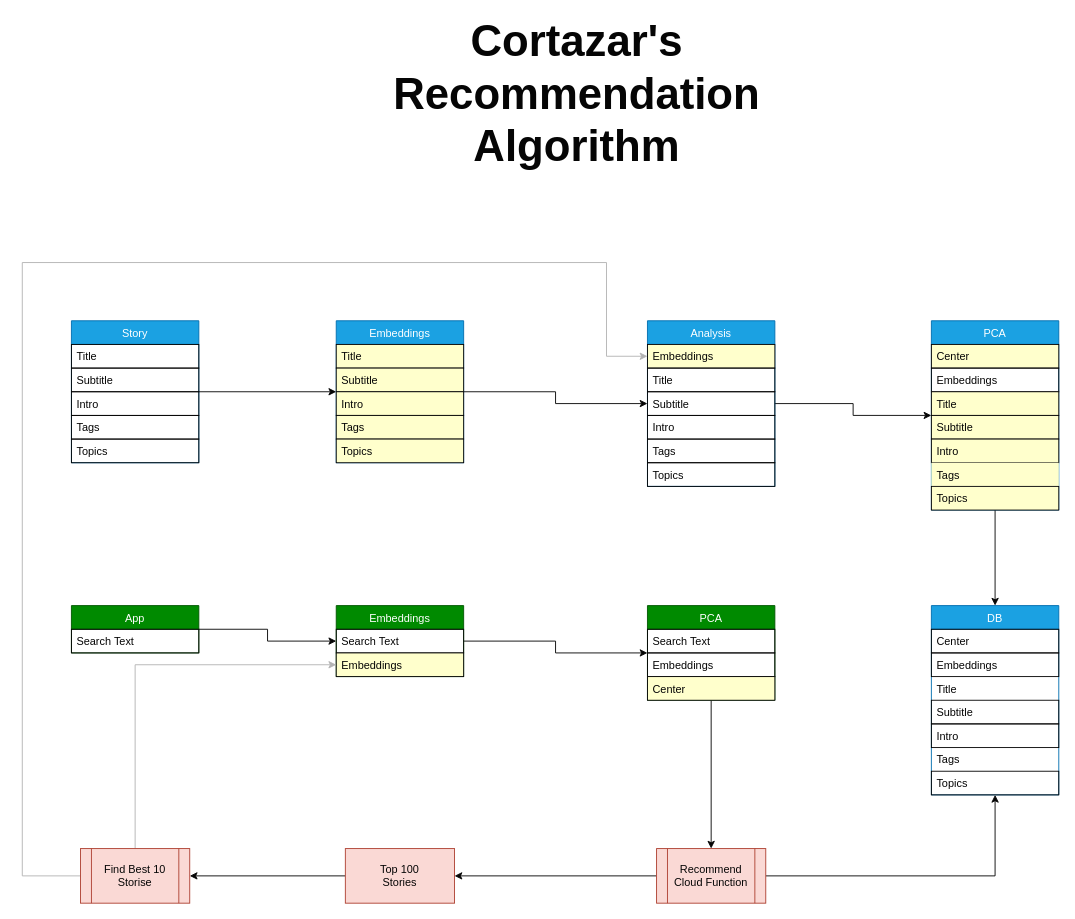
This is docs/App/Recommendation.drawio from SocialQu/Cortazar, a draw.io file, before an edit. Source tidied: cells renumbered, new cells numbered last; positions are measured from the earlier drawing's top-left corner, leaving out a move shared by most shapes. Both pictures are drawn from the tidied source at 91%, with x=0, y=0 at pixel (22, 56).
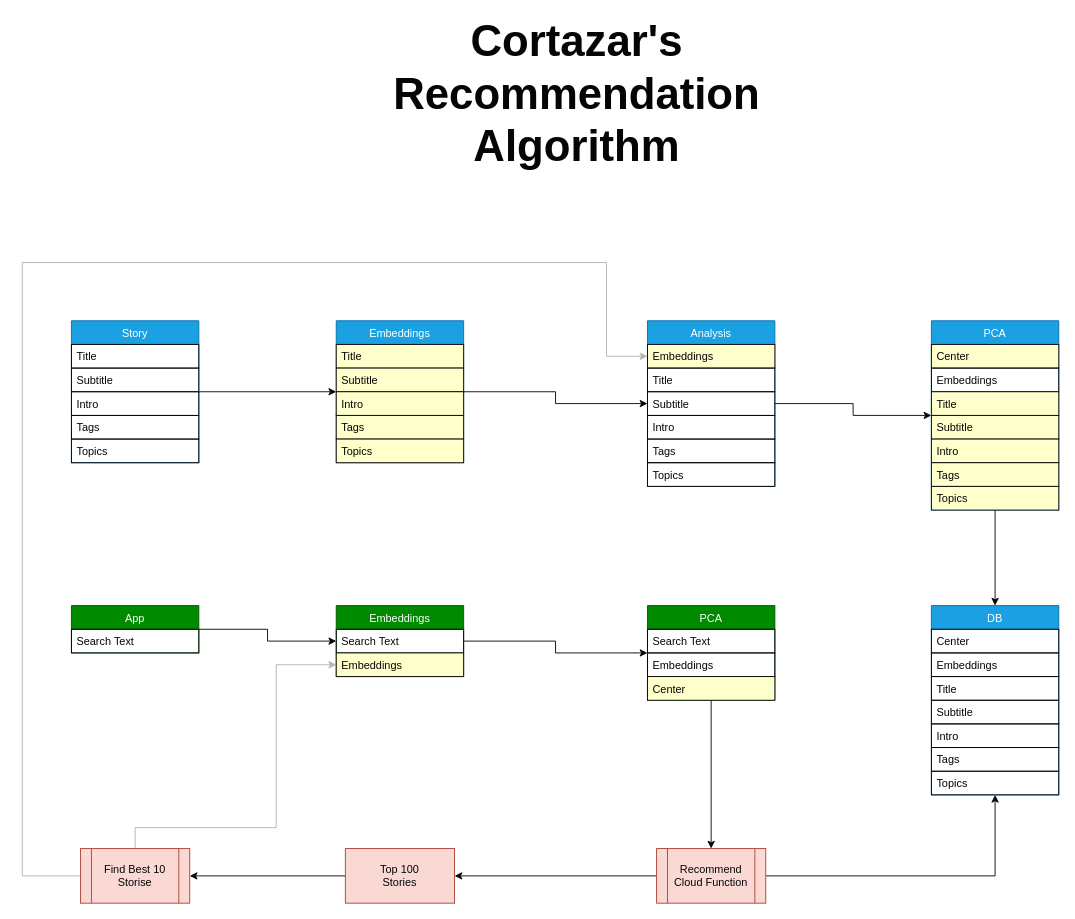
The same diagram, later.

Commit message (it also covers changes not shown here):
Small changes to Recommendation Diagrams.

Unchanged cells that the change refers to:
```xml
<mxCell id="16" value="DB" style="swimlane;fontStyle=0;horizontal=1;startSize=26;fillColor=#1ba1e2;strokeColor=#006EAF;fontColor=#ffffff;" parent="1" vertex="1">
  <mxGeometry x="999" y="603" width="140" height="208" as="geometry" />
</mxCell>
<mxCell id="33" value="PCA" style="swimlane;fontStyle=0;horizontal=1;startSize=26;fillColor=#1ba1e2;strokeColor=#006EAF;fontColor=#ffffff;" parent="1" vertex="1">
  <mxGeometry x="999" y="290" width="140" height="208" as="geometry" />
</mxCell>
<mxCell id="47" value="Embeddings" style="text;align=left;verticalAlign=top;spacingLeft=4;spacingRight=4;overflow=hidden;points=[[0,0.5],[1,0.5]];portConstraint=eastwest;fontColor=#050505;strokeColor=#050505;fillColor=#FFFFCC;" parent="45" vertex="1">
  <mxGeometry y="52" width="140" height="26" as="geometry" />
</mxCell>
<mxCell id="60" value="&lt;font color=&quot;#050505&quot;&gt;Find Best 10 Storise&lt;/font&gt;" style="shape=process;whiteSpace=wrap;html=1;backgroundOutline=1;strokeColor=#ae4132;fillColor=#fad9d5;" parent="1" vertex="1">
  <mxGeometry x="64" y="870" width="120" height="60" as="geometry" />
</mxCell>
```

What changed in the source:
```diff
@@
-    <mxCell id="19" value="Title" style="text;strokeColor=none;fillColor=none;align=left;verticalAlign=top;spacingLeft=4;spacingRight=4;overflow=hidden;fontColor=#050505;" parent="16" vertex="1">
+    <mxCell id="19" value="Title" style="text;fillColor=none;align=left;verticalAlign=top;spacingLeft=4;spacingRight=4;overflow=hidden;fontColor=#050505;strokeColor=#050505;" parent="16" vertex="1">
       <mxGeometry y="78" width="140" height="26" as="geometry" />
     </mxCell>
@@
-    <mxCell id="22" value="Tags" style="text;strokeColor=none;fillColor=none;align=left;verticalAlign=top;spacingLeft=4;spacingRight=4;overflow=hidden;fontColor=#050505;" parent="16" vertex="1">
+    <mxCell id="22" value="Tags" style="text;fillColor=none;align=left;verticalAlign=top;spacingLeft=4;spacingRight=4;overflow=hidden;fontColor=#050505;strokeColor=#050505;" parent="16" vertex="1">
       <mxGeometry y="156" width="140" height="26" as="geometry" />
     </mxCell>
@@
-    <mxCell id="39" value="Tags" style="text;strokeColor=none;align=left;verticalAlign=top;spacingLeft=4;spacingRight=4;overflow=hidden;fontColor=#050505;fillColor=#FFFFCC;" parent="33" vertex="1">
+    <mxCell id="39" value="Tags" style="text;align=left;verticalAlign=top;spacingLeft=4;spacingRight=4;overflow=hidden;fontColor=#050505;strokeColor=#050505;fillColor=#FFFFCC;" parent="33" vertex="1">
       <mxGeometry y="156" width="140" height="26" as="geometry" />
     </mxCell>
@@
     <mxCell id="58" style="edgeStyle=orthogonalEdgeStyle;rounded=0;jettySize=auto;html=1;fontColor=#050505;strokeColor=#B3B3B3;" parent="1" edge="1" source="60" target="47">
-      <mxGeometry relative="1" as="geometry" />
+      <mxGeometry relative="1" as="geometry">
+        <Array as="points">
+          <mxPoint x="124" y="847" />
+          <mxPoint x="279" y="847" />
+          <mxPoint x="279" y="668" />
+        </Array>
+      </mxGeometry>
     </mxCell>
```
